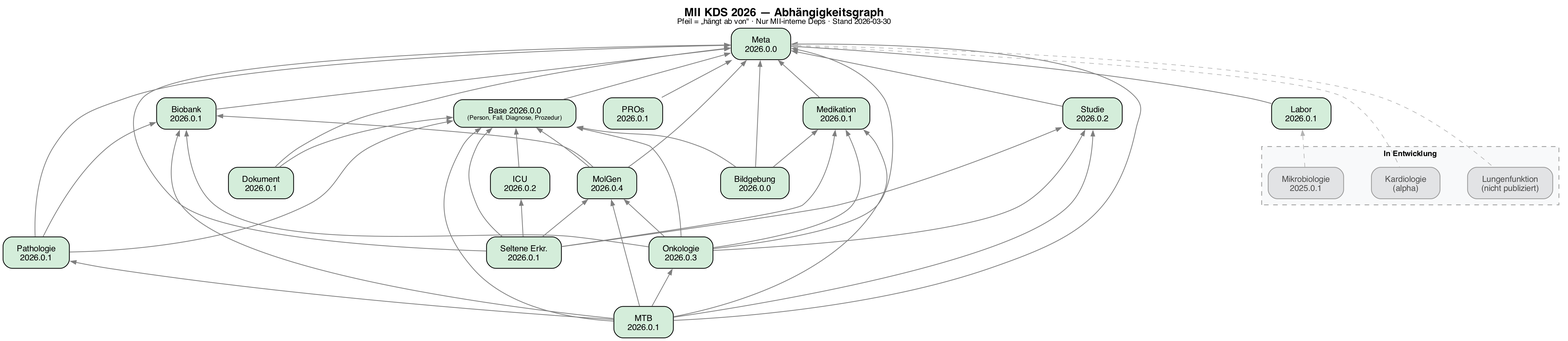
This is input/images/dep-graph-2026.png from medizininformatik-initiative/kerndatensatz-complete, a Graphviz export, as it was before one commit. Its source is kept beside it as dep-graph-2026.dot. Its diagram source:
```dot
digraph MII_KDS_2026 {
    rankdir=TB;
    bgcolor="white";
    fontname="Helvetica";
    node [shape=box, style="rounded,filled", fontname="Helvetica", fontsize=11, margin="0.25,0.12"];
    edge [color="gray50", arrowsize=0.7, penwidth=1.0, dir=back];
    nodesep=0.5;
    ranksep=0.7;

    labelloc="t";
    label=<<B>MII KDS 2026 — Abhängigkeitsgraph</B><BR/><FONT POINT-SIZE="10">Pfeil = „hängt ab von" · Nur MII-interne Deps · Stand 2026-03-30</FONT>>;
    fontsize=15;

    meta [label="Meta\n2026.0.0", fillcolor="#d4edda"];

    base [label=<Base 2026.0.0<BR/><FONT POINT-SIZE="8">(Person, Fall, Diagnose, Prozedur)</FONT>>, fillcolor="#d4edda"];
    labor [label="Labor\n2026.0.1", fillcolor="#d4edda"];
    medikation [label="Medikation\n2026.0.1", fillcolor="#d4edda"];
    biobank [label="Biobank\n2026.0.1", fillcolor="#d4edda"];
    studie [label="Studie\n2026.0.2", fillcolor="#d4edda"];
    pros [label="PROs\n2026.0.1", fillcolor="#d4edda"];

    meta -> base;
    meta -> labor;
    meta -> medikation;
    meta -> biobank;
    meta -> studie;
    meta -> pros;

    icu [label="ICU\n2026.0.2", fillcolor="#d4edda"];
    base -> icu;

    molgen [label="MolGen\n2026.0.4", fillcolor="#d4edda"];
    meta -> molgen;
    base -> molgen;
    biobank -> molgen;

    bildgebung [label="Bildgebung\n2026.0.0", fillcolor="#d4edda"];
    meta -> bildgebung;
    base -> bildgebung;
    medikation -> bildgebung;

    dokument [label="Dokument\n2026.0.1", fillcolor="#d4edda"];
    meta -> dokument;
    base -> dokument;

    onko [label="Onkologie\n2026.0.3", fillcolor="#d4edda"];
    meta -> onko;
    base -> onko;
    biobank -> onko;
    medikation -> onko;
    molgen -> onko;
    studie -> onko;

    patho [label="Pathologie\n2026.0.1", fillcolor="#d4edda"];
    meta -> patho;
    base -> patho;
    biobank -> patho;

    seltene [label="Seltene Erkr.\n2026.0.1", fillcolor="#d4edda"];
    meta -> seltene;
    base -> seltene;
    molgen -> seltene;
    medikation -> seltene;
    icu -> seltene;
    studie -> seltene;

    mtb [label="MTB\n2026.0.1", fillcolor="#d4edda"];
    meta -> mtb;
    base -> mtb;
    biobank -> mtb;
    medikation -> mtb;
    molgen -> mtb;
    onko -> mtb;
    patho -> mtb;
    studie -> mtb;

    subgraph cluster_nonfinal {
        label=<<B>In Entwicklung</B>>;
        style="dashed"; color="gray60"; bgcolor="#f8f9fa";
        fontname="Helvetica"; fontsize=10;

        mikrobio [label="Mikrobiologie\n2025.0.1", fillcolor="#e2e3e5", color="gray60", fontcolor="gray30"];
        kardiologie [label="Kardiologie\n(alpha)", fillcolor="#e2e3e5", color="gray60", fontcolor="gray30"];
        lungenfunktion [label="Lungenfunktion\n(nicht publiziert)", fillcolor="#e2e3e5", color="gray60", fontcolor="gray30"];
    }

    labor -> mikrobio [color="gray70", style=dashed, penwidth=0.8];
    meta -> kardiologie [color="gray70", style=dashed, penwidth=0.8];
    meta -> lungenfunktion [color="gray70", style=dashed, penwidth=0.8];

    {rank=min; meta}
    {rank=same; base; labor; medikation; biobank; studie; pros}
    {rank=same; icu; molgen; bildgebung; dokument}
    {rank=same; onko; patho}
    {rank=same; seltene}
    {rank=max; mtb}
}
```
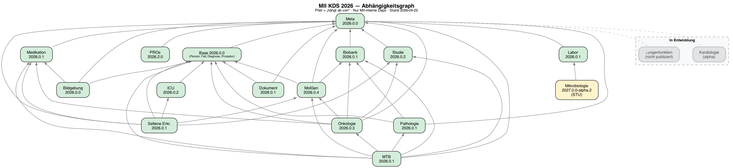
After the change.

Commit message:
Update Mikrobiologie to 2027.0.0-alpha.2, release as v2026.1.0

The edit, as a diff of the source:
```diff
@@ -1,3 +1,4 @@
+
 digraph MII_KDS_2026 {
     rankdir=TB;
     bgcolor="white";
@@ -8,17 +9,17 @@
     ranksep=0.7;
 
     labelloc="t";
-    label=<<B>MII KDS 2026 — Abhängigkeitsgraph</B><BR/><FONT POINT-SIZE="10">Pfeil = „hängt ab von" · Nur MII-interne Deps · Stand 2026-03-30</FONT>>;
+    label=<<B>MII KDS 2026 — Abhängigkeitsgraph</B><BR/><FONT POINT-SIZE="10">Pfeil = „hängt ab von" · Nur MII-interne Deps · Stand 2026-04-23</FONT>>;
     fontsize=15;
 
     meta [label="Meta\n2026.0.0", fillcolor="#d4edda"];
 
-    base [label=<Base 2026.0.0<BR/><FONT POINT-SIZE="8">(Person, Fall, Diagnose, Prozedur)</FONT>>, fillcolor="#d4edda"];
-    labor [label="Labor\n2026.0.1", fillcolor="#d4edda"];
-    medikation [label="Medikation\n2026.0.1", fillcolor="#d4edda"];
-    biobank [label="Biobank\n2026.0.1", fillcolor="#d4edda"];
-    studie [label="Studie\n2026.0.2", fillcolor="#d4edda"];
-    pros [label="PROs\n2026.0.1", fillcolor="#d4edda"];
+    base       [label=<Base 2026.0.0<BR/><FONT POINT-SIZE="8">(Person, Fall, Diagnose, Prozedur)</FONT>>, fillcolor="#d4edda"];
+    labor      [label="Labor\n2026.0.1",      fillcolor="#d4edda"];
+    medikation [label="Medikation\n2026.0.1",  fillcolor="#d4edda"];
+    biobank    [label="Biobank\n2026.0.1",     fillcolor="#d4edda"];
+    studie     [label="Studie\n2026.0.2",      fillcolor="#d4edda"];
+    pros       [label="PROs\n2026.2.0",        fillcolor="#d4edda"];
 
     meta -> base;
     meta -> labor;
@@ -27,24 +28,27 @@
     meta -> studie;
     meta -> pros;
 
-    icu [label="ICU\n2026.0.2", fillcolor="#d4edda"];
+    icu        [label="ICU\n2026.0.2",         fillcolor="#d4edda"];
     base -> icu;
 
-    molgen [label="MolGen\n2026.0.4", fillcolor="#d4edda"];
+    molgen     [label="MolGen\n2026.0.4",      fillcolor="#d4edda"];
     meta -> molgen;
     base -> molgen;
     biobank -> molgen;
 
-    bildgebung [label="Bildgebung\n2026.0.0", fillcolor="#d4edda"];
+    bildgebung [label="Bildgebung\n2026.0.0",  fillcolor="#d4edda"];
     meta -> bildgebung;
     base -> bildgebung;
     medikation -> bildgebung;
 
-    dokument [label="Dokument\n2026.0.1", fillcolor="#d4edda"];
+    dokument   [label="Dokument\n2026.0.1",    fillcolor="#d4edda"];
     meta -> dokument;
     base -> dokument;
 
-    onko [label="Onkologie\n2026.0.3", fillcolor="#d4edda"];
+    mikrobio   [label="Mikrobiologie\n2027.0.0-alpha.2\n(STU)", fillcolor="#fff3cd"];
+    labor -> mikrobio;
+
+    onko       [label="Onkologie\n2026.0.3",   fillcolor="#d4edda"];
     meta -> onko;
     base -> onko;
     biobank -> onko;
@@ -52,12 +56,12 @@
     molgen -> onko;
     studie -> onko;
 
-    patho [label="Pathologie\n2026.0.1", fillcolor="#d4edda"];
+    patho      [label="Pathologie\n2026.0.1",  fillcolor="#d4edda"];
     meta -> patho;
     base -> patho;
     biobank -> patho;
 
-    seltene [label="Seltene Erkr.\n2026.0.1", fillcolor="#d4edda"];
+    seltene    [label="Seltene Erkr.\n2026.0.1", fillcolor="#d4edda"];
     meta -> seltene;
     base -> seltene;
     molgen -> seltene;
@@ -65,7 +69,7 @@
     icu -> seltene;
     studie -> seltene;
 
-    mtb [label="MTB\n2026.0.1", fillcolor="#d4edda"];
+    mtb        [label="MTB\n2026.0.1",         fillcolor="#d4edda"];
     meta -> mtb;
     base -> mtb;
     biobank -> mtb;
@@ -80,19 +84,17 @@
         style="dashed"; color="gray60"; bgcolor="#f8f9fa";
         fontname="Helvetica"; fontsize=10;
 
-        mikrobio [label="Mikrobiologie\n2025.0.1", fillcolor="#e2e3e5", color="gray60", fontcolor="gray30"];
-        kardiologie [label="Kardiologie\n(alpha)", fillcolor="#e2e3e5", color="gray60", fontcolor="gray30"];
+        kardiologie    [label="Kardiologie\n(alpha)",             fillcolor="#e2e3e5", color="gray60", fontcolor="gray30"];
         lungenfunktion [label="Lungenfunktion\n(nicht publiziert)", fillcolor="#e2e3e5", color="gray60", fontcolor="gray30"];
     }
 
-    labor -> mikrobio [color="gray70", style=dashed, penwidth=0.8];
-    meta -> kardiologie [color="gray70", style=dashed, penwidth=0.8];
+    meta -> kardiologie    [color="gray70", style=dashed, penwidth=0.8];
     meta -> lungenfunktion [color="gray70", style=dashed, penwidth=0.8];
 
-    {rank=min; meta}
+    {rank=min;  meta}
     {rank=same; base; labor; medikation; biobank; studie; pros}
-    {rank=same; icu; molgen; bildgebung; dokument}
+    {rank=same; icu; molgen; bildgebung; dokument; mikrobio}
     {rank=same; onko; patho}
     {rank=same; seltene}
-    {rank=max; mtb}
+    {rank=max;  mtb}
 }
```
